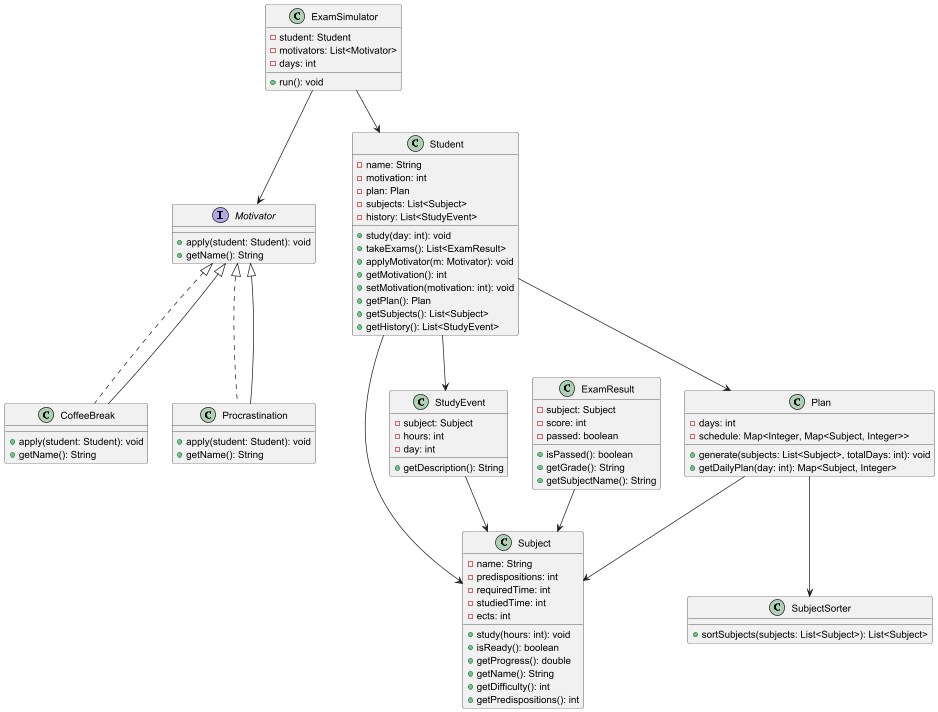
This is uml/Diagram klas UML.png from Krzyzak321/Symulator_Sesji, a PlantUML export, as it was before one commit.
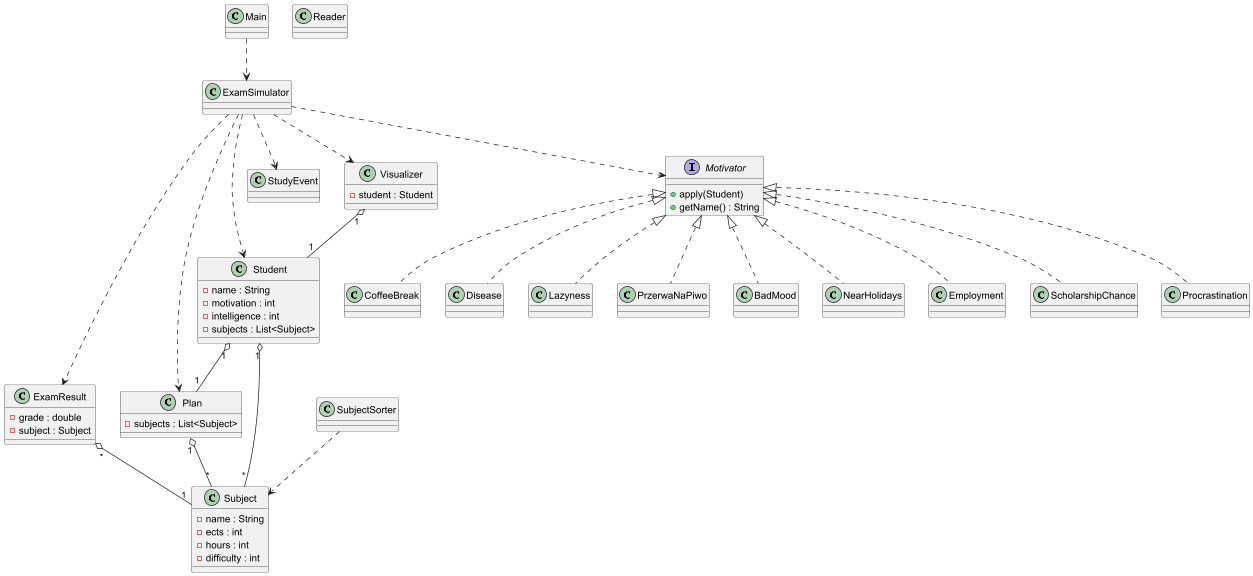
After the change.

What changed in the source:
```diff
@@ -1,94 +1,82 @@
 @startuml
-interface Motivator {
-    +apply(student: Student): void
-    +getName(): String
-}
 
-class CoffeeBreak implements Motivator {
-    +apply(student: Student): void
-    +getName(): String
-}
+class Main
+class ExamSimulator
 
-class Procrastination implements Motivator {
-    +apply(student: Student): void
-    +getName(): String
-}
 
-Motivator <|-- CoffeeBreak
-Motivator <|-- Procrastination
-
-class Subject {
-    -name: String
-    -predispositions: int
-    -requiredTime: int
-    -studiedTime: int
-    -ects: int
-    +study(hours: int): void
-    +isReady(): boolean
-    +getProgress(): double
-    +getName(): String
-    +getDifficulty(): int
-    +getPredispositions(): int
-}
-
-class SubjectSorter {
-    +sortSubjects(subjects: List<Subject>): List<Subject>
-}
-
-class StudyEvent {
-    -subject: Subject
-    -hours: int
-    -day: int
-    +getDescription(): String
+class Student {
+    -name : String
+    -motivation : int
+    -intelligence : int
+    -subjects : List<Subject>
 }
 
 class Plan {
-    -days: int
-    -schedule: Map<Integer, Map<Subject, Integer>>
-    +generate(subjects: List<Subject>, totalDays: int): void
-    +getDailyPlan(day: int): Map<Subject, Integer>
+    -subjects : List<Subject>
 }
 
+class Subject {
+    -name : String
+    -ects : int
+    -hours : int
+    -difficulty : int
+}
+class SubjectSorter
+
 class ExamResult {
-    -subject: Subject
-    -score: int
-    -passed: boolean
-    +isPassed(): boolean
-    +getGrade(): String
-    +getSubjectName(): String
+    -grade : double
+    -subject : Subject
 }
 
-class Student {
-    -name: String
-    -motivation: int
-    -plan: Plan
-    -subjects: List<Subject>
-    -history: List<StudyEvent>
-    +study(day: int): void
-    +takeExams(): List<ExamResult>
-    +applyMotivator(m: Motivator): void
-    +getMotivation(): int
-    +setMotivation(motivation: int): void
-    +getPlan(): Plan
-    +getSubjects(): List<Subject>
-    +getHistory(): List<StudyEvent>
+class StudyEvent
+
+class Visualizer {
+    -student : Student
 }
 
-class ExamSimulator {
-    -student: Student
-    -motivators: List<Motivator>
-    -days: int
-    +run(): void
+class Reader
+
+interface Motivator {
+    +apply(Student)
+    +getName() : String
 }
 
-ExamSimulator --> Student
-ExamSimulator --> Motivator
-Student --> Plan
-Student --> Subject
-Student --> StudyEvent
-ExamResult --> Subject
-StudyEvent --> Subject
-Plan --> Subject
-Plan --> SubjectSorter
+class Employment
+class ScholarshipChance
+class Procrastination
+class CoffeeBreak
+class Disease
+class Lazyness
+class PrzerwaNaPiwo
+class BadMood
+class NearHolidays
+
+Motivator <|.. Employment
+Motivator <|.. ScholarshipChance
+Motivator <|.. Procrastination
+Motivator <|.. CoffeeBreak
+Motivator <|.. Disease
+Motivator <|.. Lazyness
+Motivator <|.. PrzerwaNaPiwo
+Motivator <|.. BadMood
+Motivator <|.. NearHolidays
+
+Student "1" o-- "*" Subject
+Plan "1" o-- "*" Subject
+Student "1" o-- "1" Plan
+Visualizer "1" o-- "1" Student
+ExamResult "*" o-- "1" Subject
+
+Main ..> ExamSimulator
+ExamSimulator ..> Student
+ExamSimulator ..> Plan
+ExamSimulator ..> Motivator
+ExamSimulator ..> Visualizer
+ExamSimulator ..> ExamResult
+ExamSimulator ..> StudyEvent
+
+SubjectSorter ..> Subject
+
+
 
 @enduml
```
